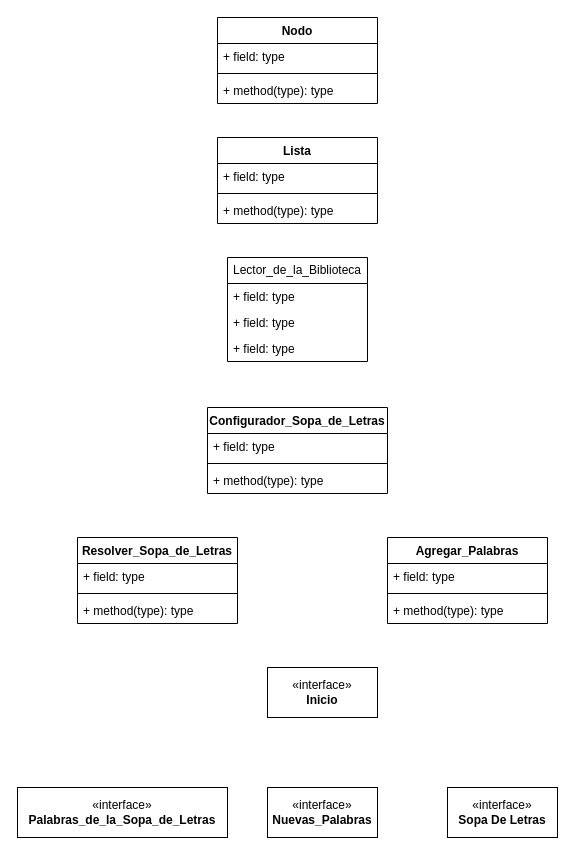
Before: sopa_de_letras.drawio in Diegoafkx/sopa-de-letras, a draw.io diagram. Source tidied: cells renumbered, new cells numbered last; positions are measured from the earlier drawing's top-left corner, leaving out a move shared by most shapes. Both pictures are drawn from the tidied source at 100%, with x=0, y=0 at pixel (17, 17).
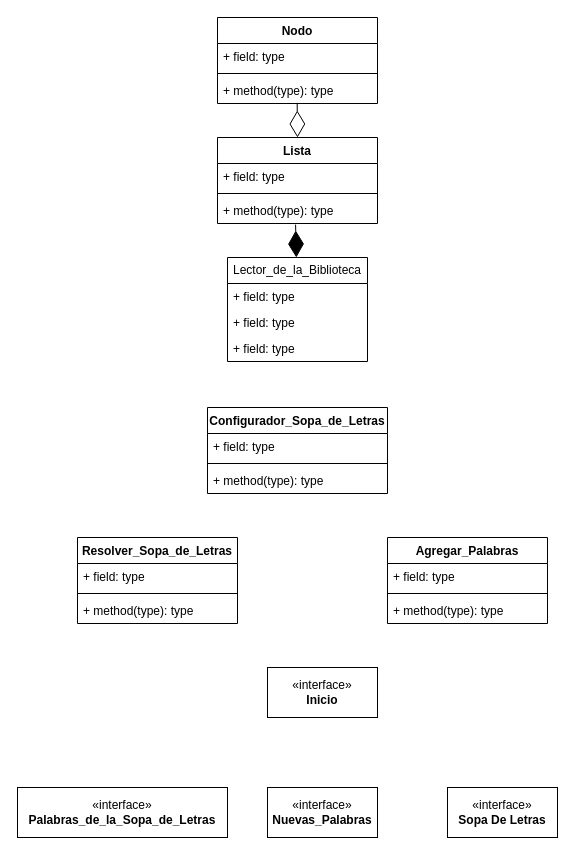
The same page after the edit.

Unchanged cells that the change refers to:
```xml
<mxCell id="5" value="+ method(type): type" style="text;strokeColor=none;fillColor=none;align=left;verticalAlign=top;spacingLeft=4;spacingRight=4;overflow=hidden;points=[[0,0.5],[1,0.5]];portConstraint=eastwest;whiteSpace=wrap;html=1;" parent="2" vertex="1">
  <mxGeometry y="60" width="160" height="26" as="geometry" />
</mxCell>
<mxCell id="6" value="Lista" style="swimlane;fontStyle=1;align=center;verticalAlign=top;horizontal=1;startSize=26;whiteSpace=wrap;html=1;" parent="1" vertex="1">
  <mxGeometry x="200" y="120" width="160" height="86" as="geometry" />
</mxCell>
<mxCell id="9" value="+ method(type): type" style="text;strokeColor=none;fillColor=none;align=left;verticalAlign=top;spacingLeft=4;spacingRight=4;overflow=hidden;points=[[0,0.5],[1,0.5]];portConstraint=eastwest;whiteSpace=wrap;html=1;" parent="6" vertex="1">
  <mxGeometry y="60" width="160" height="26" as="geometry" />
</mxCell>
<mxCell id="10" value="Lector_de_la_Biblioteca" style="swimlane;fontStyle=0;horizontal=1;startSize=26;fillColor=none;whiteSpace=wrap;html=1;" parent="1" vertex="1">
  <mxGeometry x="210" y="240" width="140" height="104" as="geometry" />
</mxCell>
```

Change to the diagram source:
```diff
@@
+    <mxCell id="30" style="endArrow=diamondThin;endFill=0;endSize=24;html=1;rounded=0;exitX=0.498;exitY=0.978;exitDx=0;exitDy=0;exitPerimeter=0;entryX=0.5;entryY=0;entryDx=0;entryDy=0;" parent="1" edge="1" source="5" target="6">
+      <mxGeometry relative="1" as="geometry" />
+    </mxCell>
+    <mxCell id="31" style="endArrow=diamondThin;endFill=1;endSize=24;html=1;rounded=0;exitX=0.488;exitY=1.044;exitDx=0;exitDy=0;exitPerimeter=0;" parent="1" edge="1" source="9" target="10">
+      <mxGeometry relative="1" as="geometry" />
+    </mxCell>
```
